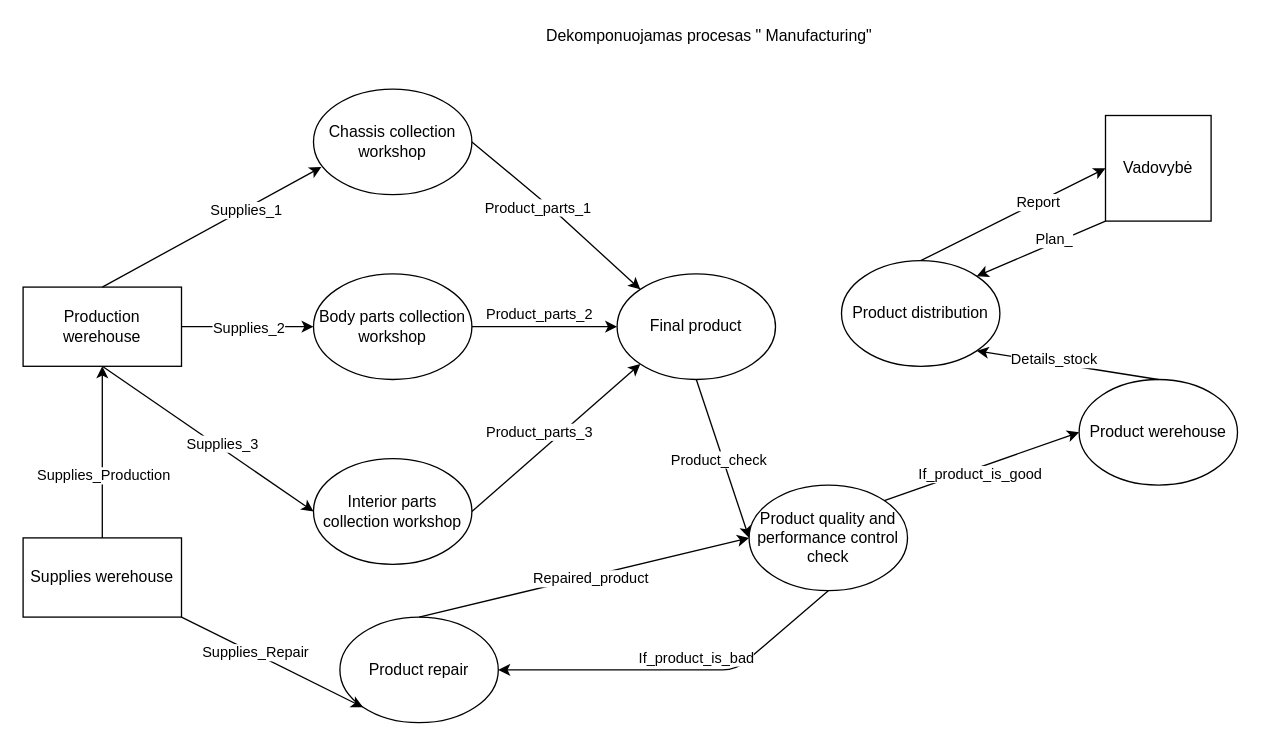
This is Gamybos_išskirstymas.drawio from combatants7/Win, a draw.io file, before an edit. Source tidied: cells renumbered, new cells numbered last; positions are measured from the earlier drawing's top-left corner, leaving out a move shared by most shapes. Both pictures are drawn from the tidied source at 132%, with x=0, y=0 at pixel (22, 22).
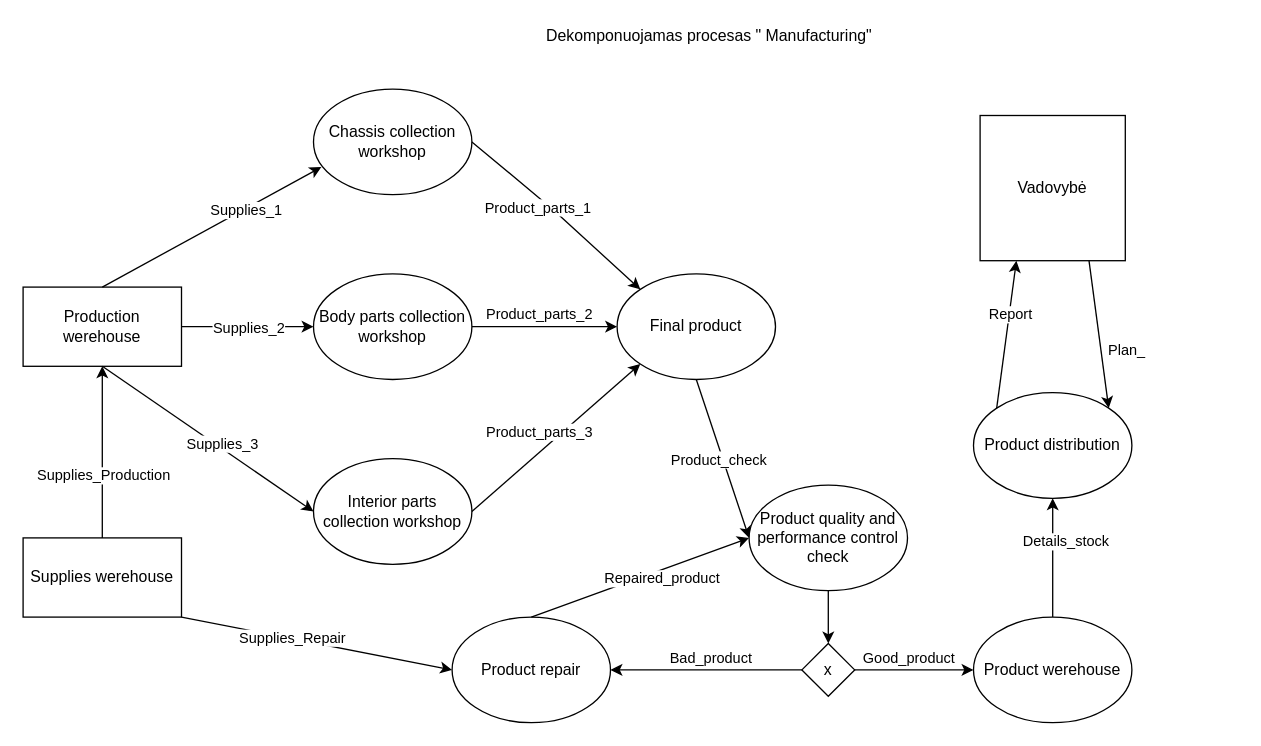
The same page after the edit.

The change refers to these unchanged cells:
```xml
<mxCell id="4" value="Supplies werehouse" style="rounded=0;whiteSpace=wrap;html=1;" parent="1" vertex="1">
  <mxGeometry y="390" width="120" height="60" as="geometry" />
</mxCell>
<mxCell id="5" value="Product quality and performance control check" style="ellipse;whiteSpace=wrap;html=1;" parent="1" vertex="1">
  <mxGeometry x="550" y="350" width="120" height="80" as="geometry" />
</mxCell>
```

The edit, as a diff of the source:
```diff
@@
     <mxCell id="6" value="Vadovybė" style="whiteSpace=wrap;html=1;" parent="1" vertex="1">
-      <mxGeometry x="820" y="70" width="80" height="80" as="geometry" />
+      <mxGeometry x="725" y="70" width="110" height="110" as="geometry" />
     </mxCell>
     <mxCell id="7" value="Product werehouse" style="ellipse;whiteSpace=wrap;html=1;" parent="1" vertex="1">
-      <mxGeometry x="800" y="270" width="120" height="80" as="geometry" />
+      <mxGeometry x="720" y="450" width="120" height="80" as="geometry" />
     </mxCell>
@@
-    <mxCell id="17" style="endArrow=classic;html=1;entryX=1;entryY=1;entryDx=0;entryDy=0;exitX=0.5;exitY=0;exitDx=0;exitDy=0;" parent="1" edge="1" source="7" target="21">
+    <mxCell id="17" style="endArrow=classic;html=1;entryX=0.5;entryY=1;entryDx=0;entryDy=0;exitX=0.5;exitY=0;exitDx=0;exitDy=0;" parent="1" edge="1" source="7" target="21">
       <mxGeometry relative="1" as="geometry" />
     </mxCell>
@@
-    <mxCell id="19" style="endArrow=classic;html=1;entryX=0;entryY=0.5;entryDx=0;entryDy=0;exitX=1;exitY=0;exitDx=0;exitDy=0;" parent="1" edge="1" source="5" target="7">
-      <mxGeometry relative="1" as="geometry" />
-    </mxCell>
-    <mxCell id="20" value="If_product_is_good" style="edgeLabel;html=1;align=center;verticalAlign=middle;" parent="19" vertex="1">
-      <mxGeometry x="-0.4" relative="1" as="geometry">
-        <mxPoint x="28.1" y="-4.7" as="offset" />
-      </mxGeometry>
-    </mxCell>
     <mxCell id="21" value="Product distribution" style="ellipse;whiteSpace=wrap;html=1;" parent="1" vertex="1">
-      <mxGeometry x="620" y="180" width="120" height="80" as="geometry" />
+      <mxGeometry x="720" y="280" width="120" height="80" as="geometry" />
     </mxCell>
-    <mxCell id="22" style="endArrow=classic;html=1;entryX=0;entryY=0.5;entryDx=0;entryDy=0;exitX=0.5;exitY=0;exitDx=0;exitDy=0;" parent="1" edge="1" source="21" target="6">
+    <mxCell id="22" style="endArrow=classic;html=1;entryX=0.25;entryY=1;entryDx=0;entryDy=0;exitX=0;exitY=0;exitDx=0;exitDy=0;" parent="1" edge="1" source="21" target="6">
       <mxGeometry relative="1" as="geometry" />
     </mxCell>
@@
-    <mxCell id="24" style="endArrow=classic;html=1;entryX=1;entryY=0;entryDx=0;entryDy=0;exitX=0;exitY=1;exitDx=0;exitDy=0;" parent="1" edge="1" source="6" target="21">
+    <mxCell id="24" style="endArrow=classic;html=1;entryX=1;entryY=0;entryDx=0;entryDy=0;exitX=0.75;exitY=1;exitDx=0;exitDy=0;" parent="1" edge="1" source="6" target="21">
       <mxGeometry relative="1" as="geometry" />
     </mxCell>
     <mxCell id="25" value="&lt;div&gt;Plan_&lt;/div&gt;" style="edgeLabel;html=1;align=center;verticalAlign=middle;" parent="24" vertex="1">
       <mxGeometry x="-0.48" y="3" relative="1" as="geometry">
-        <mxPoint x="-15.4" as="offset" />
+        <mxPoint x="20.7" y="39.4" as="offset" />
       </mxGeometry>
     </mxCell>
@@
-    <mxCell id="37" style="endArrow=classic;html=1;exitX=0.5;exitY=1;exitDx=0;exitDy=0;entryX=1;entryY=0.5;entryDx=0;entryDy=0;" parent="1" edge="1" source="5" target="39">
-      <mxGeometry relative="1" as="geometry">
-        <Array as="points">
-          <mxPoint x="540" y="490" />
-        </Array>
-      </mxGeometry>
-    </mxCell>
-    <mxCell id="38" value="If_product_is_bad" style="edgeLabel;html=1;align=center;verticalAlign=middle;" parent="37" vertex="1">
-      <mxGeometry x="-0.28" y="1" relative="1" as="geometry">
-        <mxPoint x="-24.2" y="-11" as="offset" />
-      </mxGeometry>
-    </mxCell>
     <mxCell id="39" value="Product repair" style="ellipse;whiteSpace=wrap;html=1;" parent="1" vertex="1">
-      <mxGeometry x="240" y="450" width="120" height="80" as="geometry" />
+      <mxGeometry x="325" y="450" width="120" height="80" as="geometry" />
     </mxCell>
@@
-    <mxCell id="42" style="endArrow=classic;html=1;exitX=1;exitY=1;exitDx=0;exitDy=0;entryX=0;entryY=1;entryDx=0;entryDy=0;" parent="1" edge="1" source="4" target="39">
+    <mxCell id="42" style="endArrow=classic;html=1;exitX=1;exitY=1;exitDx=0;exitDy=0;entryX=0;entryY=0.5;entryDx=0;entryDy=0;" parent="1" edge="1" source="4" target="39">
       <mxGeometry relative="1" as="geometry" />
     </mxCell>
@@
+    <mxCell id="44" value="x" style="rhombus;whiteSpace=wrap;html=1;" parent="1" vertex="1">
+      <mxGeometry x="590" y="470" width="40" height="40" as="geometry" />
+    </mxCell>
+    <mxCell id="45" style="endArrow=classic;html=1;entryX=0.5;entryY=0;entryDx=0;entryDy=0;exitX=0.5;exitY=1;exitDx=0;exitDy=0;" parent="1" edge="1" source="5" target="44">
+      <mxGeometry relative="1" as="geometry" />
+    </mxCell>
+    <mxCell id="46" style="endArrow=classic;html=1;exitX=0;exitY=0.5;exitDx=0;exitDy=0;entryX=1;entryY=0.5;entryDx=0;entryDy=0;" parent="1" edge="1" source="44" target="39">
+      <mxGeometry relative="1" as="geometry" />
+    </mxCell>
+    <mxCell id="47" value="Bad_product" style="edgeLabel;html=1;align=center;verticalAlign=middle;" parent="46" vertex="1">
+      <mxGeometry x="0.2" y="-2" relative="1" as="geometry">
+        <mxPoint x="17" y="-8" as="offset" />
+      </mxGeometry>
+    </mxCell>
+    <mxCell id="48" style="endArrow=classic;html=1;exitX=1;exitY=0.5;exitDx=0;exitDy=0;entryX=0;entryY=0.5;entryDx=0;entryDy=0;" parent="1" edge="1" source="44" target="7">
+      <mxGeometry relative="1" as="geometry" />
+    </mxCell>
+    <mxCell id="49" value="Good_product" style="edgeLabel;html=1;align=center;verticalAlign=middle;" parent="48" vertex="1">
+      <mxGeometry x="0.23" y="-1" relative="1" as="geometry">
+        <mxPoint x="-15" y="-11" as="offset" />
+      </mxGeometry>
+    </mxCell>
```
